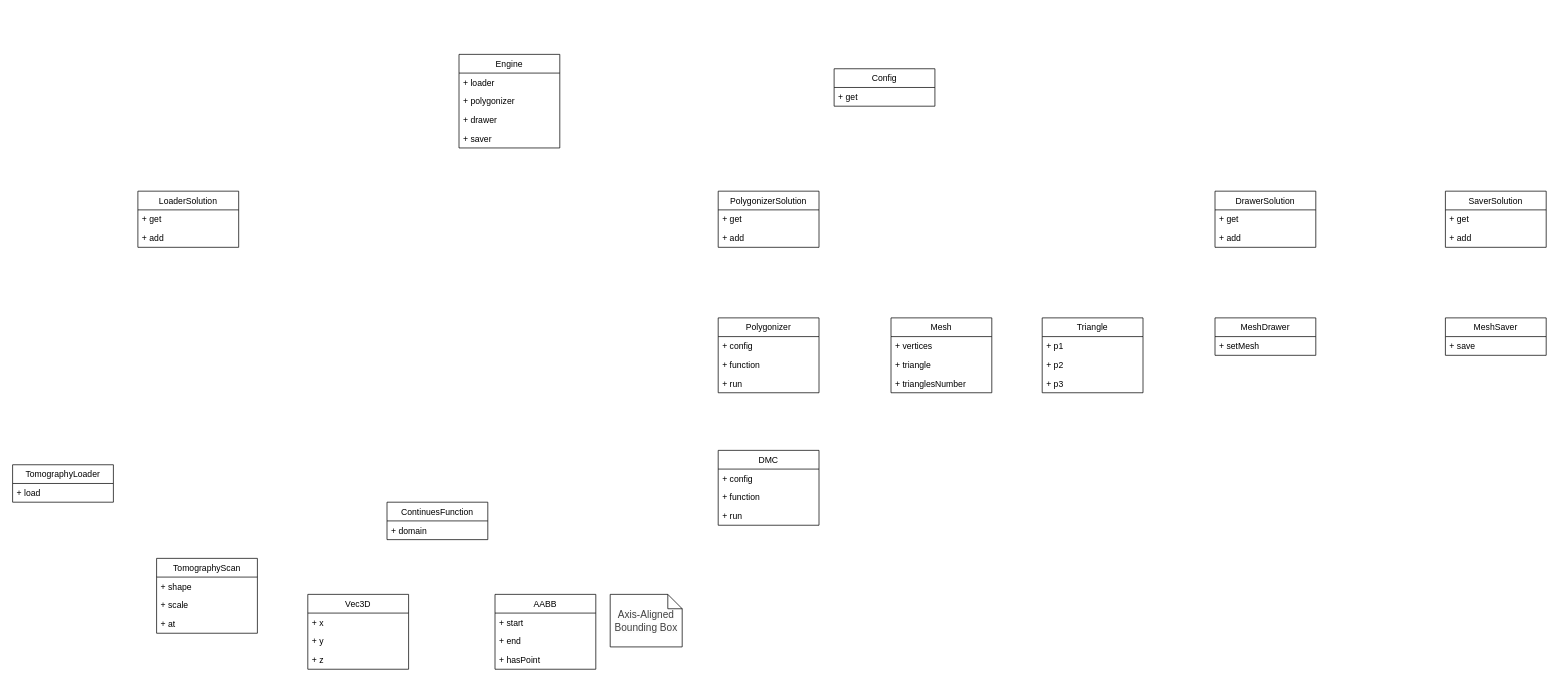
Before: uml.drawio in maxhha/bmstu-iu7-cg-cp, a draw.io diagram. Source tidied: cells renumbered, new cells numbered last; positions are measured from the earlier drawing's top-left corner, leaving out a move shared by most shapes. Both pictures are drawn from the tidied source at 72%, with x=0, y=0 at pixel (12, 54).
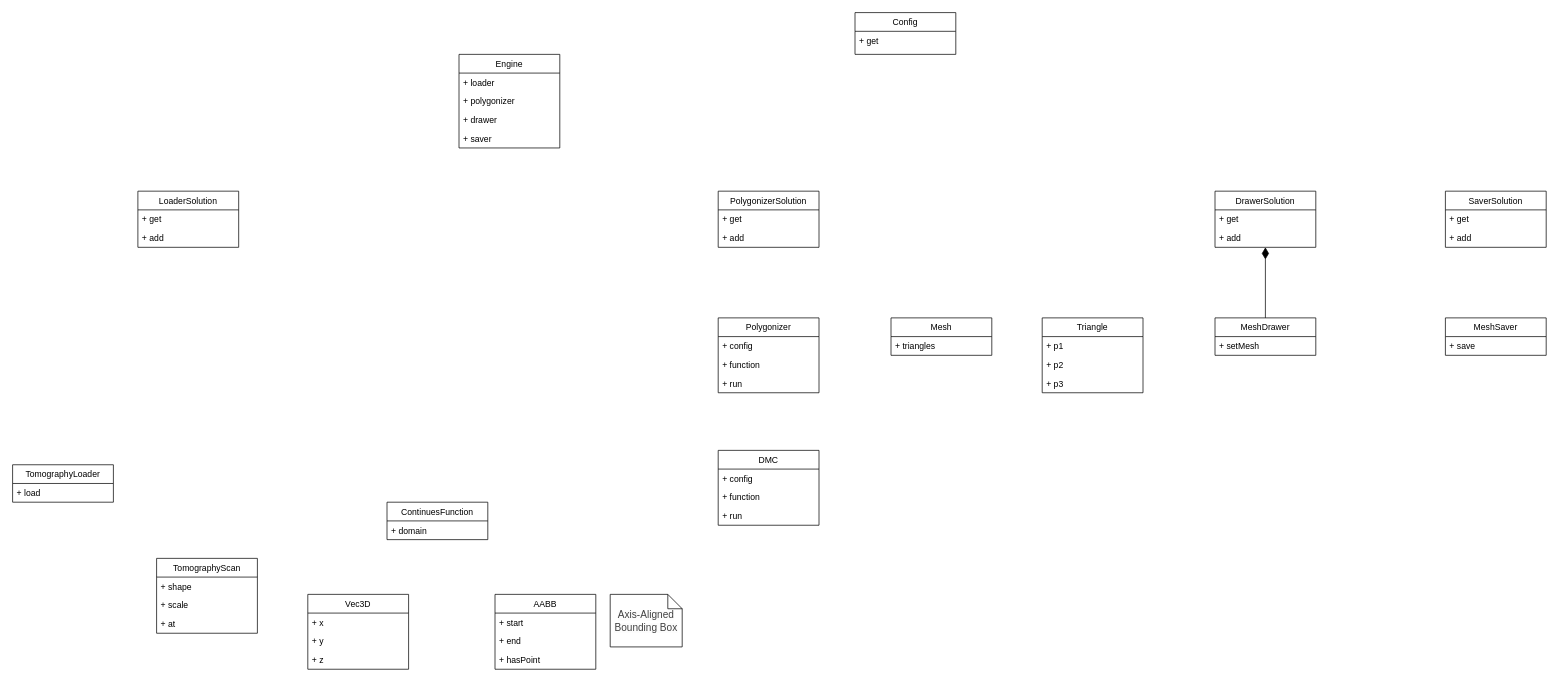
The same diagram, later.

Commit message (it also covers changes not shown here):
draw triangle from mesh

Unchanged cells that the change refers to:
```xml
<mxCell id="20" value="MeshDrawer" style="swimlane;fontStyle=0;horizontal=1;startSize=26;fillColor=none;" parent="1" vertex="1">
  <mxGeometry x="1670" y="366" width="140" height="52" as="geometry" />
</mxCell>
<mxCell id="55" value="DrawerSolution" style="swimlane;fontStyle=0;horizontal=1;startSize=26;fillColor=none;" parent="1" vertex="1">
  <mxGeometry x="1670" y="190" width="140" height="78" as="geometry" />
</mxCell>
```

Diff of the diagram source:
```diff
@@
     <mxCell id="14" value="Mesh" style="swimlane;fontStyle=0;horizontal=1;startSize=26;fillColor=none;" parent="1" vertex="1">
-      <mxGeometry x="1220" y="366" width="140" height="104" as="geometry" />
+      <mxGeometry x="1220" y="366" width="140" height="52" as="geometry" />
     </mxCell>
-    <mxCell id="15" value="+ vertices" style="text;strokeColor=none;fillColor=none;align=left;verticalAlign=top;spacingLeft=4;spacingRight=4;overflow=hidden;" parent="14" vertex="1">
-      <mxGeometry y="26" width="140" height="26" as="geometry" />
-    </mxCell>
-    <mxCell id="16" value="+ triangle" style="text;strokeColor=none;fillColor=none;align=left;verticalAlign=top;spacingLeft=4;spacingRight=4;overflow=hidden;" parent="14" vertex="1">
-      <mxGeometry y="52" width="140" height="26" as="geometry" />
+    <mxCell id="16" value="+ triangles" style="text;strokeColor=none;fillColor=none;align=left;verticalAlign=top;spacingLeft=4;spacingRight=4;overflow=hidden;" parent="14" vertex="1">
+      <mxGeometry y="26" width="140" height="26" as="geometry" />
     </mxCell>
-    <mxCell id="17" value="+ trianglesNumber" style="text;strokeColor=none;fillColor=none;align=left;verticalAlign=top;spacingLeft=4;spacingRight=4;overflow=hidden;" parent="14" vertex="1">
-      <mxGeometry y="78" width="140" height="26" as="geometry" />
-    </mxCell>
@@
+    <mxCell id="58" style="edgeStyle=orthogonalEdgeStyle;rounded=0;jettySize=auto;html=1;endArrow=diamondThin;endFill=1;endSize=14;startSize=14;" parent="1" edge="1" source="20" target="55">
+      <mxGeometry relative="1" as="geometry" />
+    </mxCell>
@@
     <mxCell id="31" value="Config" style="swimlane;fontStyle=0;horizontal=1;startSize=26;fillColor=none;" parent="1" vertex="1">
-      <mxGeometry x="1141" y="20" width="140" height="52" as="geometry" />
+      <mxGeometry x="1170" y="-58" width="140" height="58" as="geometry" />
     </mxCell>
     <mxCell id="32" value="+ get" style="text;strokeColor=none;fillColor=none;align=left;verticalAlign=top;spacingLeft=4;spacingRight=4;overflow=hidden;" parent="31" vertex="1">
-      <mxGeometry y="26" width="140" height="26" as="geometry" />
+      <mxGeometry y="26" width="140" height="32" as="geometry" />
     </mxCell>
```
